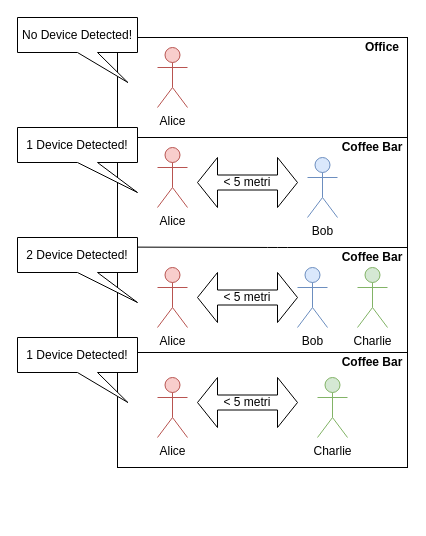
cipz/ArduTracker keeps this draw.io diagram as essay/schemas/case-study-workflow.drawio. Above is the earlier version. Source tidied: cells renumbered, new cells numbered last; positions are measured from the earlier drawing's top-left corner, leaving out a move shared by most shapes. Both pictures are drawn from the tidied source at 100%, with x=0, y=0 at pixel (17, 17).
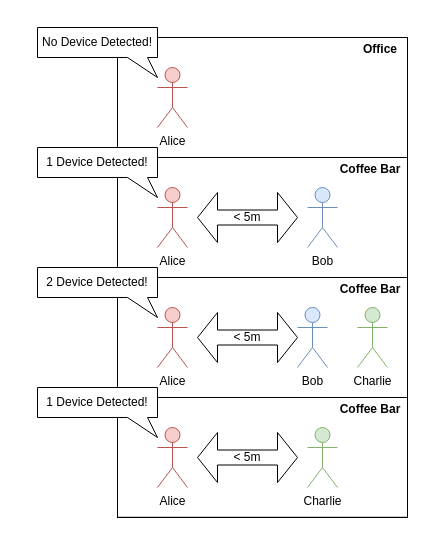
Above is the later version.

Commit message (it also covers changes not shown here):
case-study-schema edited

Change to the diagram source:
```diff
@@
     <mxCell id="2" style="rounded=0;whiteSpace=wrap;html=1;" parent="1" vertex="1">
-      <mxGeometry x="100" y="20" width="290" height="430" as="geometry" />
+      <mxGeometry x="100" y="20" width="290" height="480" as="geometry" />
     </mxCell>
-    <mxCell id="3" value="Alice" style="shape=umlActor;verticalLabelPosition=bottom;verticalAlign=top;html=1;fillColor=#f8cecc;strokeColor=#b85450;" parent="1" vertex="1">
-      <mxGeometry x="140" y="30" width="30" height="60" as="geometry" />
+    <mxCell id="3" value="Alice" style="shape=umlActor;verticalLabelPosition=bottom;verticalAlign=top;html=1;fillColor=#f8cecc;strokeColor=#b85450;strokeWidth=1;perimeterSpacing=0;" parent="1" vertex="1">
+      <mxGeometry x="140" y="50" width="30" height="60" as="geometry" />
     </mxCell>
-    <mxCell id="4" value="Bob" style="shape=umlActor;verticalLabelPosition=bottom;verticalAlign=top;html=1;fillColor=#dae8fc;strokeColor=#6c8ebf;" parent="1" vertex="1">
-      <mxGeometry x="290" y="140" width="30" height="60" as="geometry" />
+    <mxCell id="4" value="Bob" style="shape=umlActor;verticalLabelPosition=bottom;verticalAlign=top;html=1;fillColor=#dae8fc;strokeColor=#6c8ebf;strokeWidth=1;perimeterSpacing=0;" parent="1" vertex="1">
+      <mxGeometry x="290" y="170" width="30" height="60" as="geometry" />
     </mxCell>
-    <mxCell id="5" value="Alice" style="shape=umlActor;verticalLabelPosition=bottom;verticalAlign=top;html=1;fillColor=#f8cecc;strokeColor=#b85450;" parent="1" vertex="1">
-      <mxGeometry x="140" y="130" width="30" height="60" as="geometry" />
+    <mxCell id="5" value="Alice" style="shape=umlActor;verticalLabelPosition=bottom;verticalAlign=top;html=1;fillColor=#f8cecc;strokeColor=#b85450;strokeWidth=1;perimeterSpacing=0;" parent="1" vertex="1">
+      <mxGeometry x="140" y="170" width="30" height="60" as="geometry" />
     </mxCell>
-    <mxCell id="6" style="endArrow=none;html=1;entryX=1;entryY=0;entryDx=0;entryDy=0;" parent="1" edge="1" target="16">
+    <mxCell id="6" style="endArrow=none;html=1;entryX=1;entryY=0;entryDx=0;entryDy=0;exitX=0;exitY=0;exitDx=0;exitDy=0;" parent="1" edge="1">
       <mxGeometry relative="1" as="geometry">
-        <mxPoint x="90" y="120" as="sourcePoint" />
+        <mxPoint x="100" y="260" as="sourcePoint" />
+        <mxPoint x="390" y="260" as="targetPoint" />
       </mxGeometry>
     </mxCell>
-    <mxCell id="7" style="endArrow=none;html=1;entryX=1;entryY=0;entryDx=0;entryDy=0;" parent="1" edge="1" target="20">
-      <mxGeometry relative="1" as="geometry">
-        <mxPoint x="75" y="229.5" as="sourcePoint" />
-        <Array as="points">
-          <mxPoint x="260" y="230" />
-        </Array>
-      </mxGeometry>
-    </mxCell>
-    <mxCell id="8" value="Charlie" style="shape=umlActor;verticalLabelPosition=bottom;verticalAlign=top;html=1;fillColor=#d5e8d4;strokeColor=#82b366;" parent="1" vertex="1">
-      <mxGeometry x="300" y="360" width="30" height="60" as="geometry" />
+    <mxCell id="8" value="Charlie" style="shape=umlActor;verticalLabelPosition=bottom;verticalAlign=top;html=1;fillColor=#d5e8d4;strokeColor=#82b366;strokeWidth=1;perimeterSpacing=0;" parent="1" vertex="1">
+      <mxGeometry x="290" y="410" width="30" height="60" as="geometry" />
     </mxCell>
-    <mxCell id="9" value="&amp;lt; 5 metri" style="shape=doubleArrow;whiteSpace=wrap;html=1;" parent="1" vertex="1">
-      <mxGeometry x="180" y="140" width="100" height="50" as="geometry" />
+    <mxCell id="9" value="&amp;lt; 5m" style="shape=doubleArrow;whiteSpace=wrap;html=1;" parent="1" vertex="1">
+      <mxGeometry x="180" y="175" width="100" height="50" as="geometry" />
     </mxCell>
-    <mxCell id="10" style="endArrow=none;html=1;entryX=1;entryY=0;entryDx=0;entryDy=0;" parent="1" edge="1" target="21">
-      <mxGeometry relative="1" as="geometry">
-        <mxPoint x="100" y="335" as="sourcePoint" />
-      </mxGeometry>
-    </mxCell>
-    <mxCell id="11" value="Alice" style="shape=umlActor;verticalLabelPosition=bottom;verticalAlign=top;html=1;fillColor=#f8cecc;strokeColor=#b85450;" parent="1" vertex="1">
-      <mxGeometry x="140" y="250" width="30" height="60" as="geometry" />
+    <mxCell id="11" value="Alice" style="shape=umlActor;verticalLabelPosition=bottom;verticalAlign=top;html=1;fillColor=#f8cecc;strokeColor=#b85450;strokeWidth=1;perimeterSpacing=0;" parent="1" vertex="1">
+      <mxGeometry x="140" y="290" width="30" height="60" as="geometry" />
     </mxCell>
-    <mxCell id="12" value="Bob" style="shape=umlActor;verticalLabelPosition=bottom;verticalAlign=top;html=1;fillColor=#dae8fc;strokeColor=#6c8ebf;" parent="1" vertex="1">
-      <mxGeometry x="280" y="250" width="30" height="60" as="geometry" />
+    <mxCell id="12" value="Bob" style="shape=umlActor;verticalLabelPosition=bottom;verticalAlign=top;html=1;fillColor=#dae8fc;strokeColor=#6c8ebf;strokeWidth=1;perimeterSpacing=0;" parent="1" vertex="1">
+      <mxGeometry x="280" y="290" width="30" height="60" as="geometry" />
     </mxCell>
-    <mxCell id="13" value="Charlie" style="shape=umlActor;verticalLabelPosition=bottom;verticalAlign=top;html=1;fillColor=#d5e8d4;strokeColor=#82b366;" parent="1" vertex="1">
-      <mxGeometry x="340" y="250" width="30" height="60" as="geometry" />
+    <mxCell id="13" value="Charlie" style="shape=umlActor;verticalLabelPosition=bottom;verticalAlign=top;html=1;fillColor=#d5e8d4;strokeColor=#82b366;strokeWidth=1;perimeterSpacing=0;" parent="1" vertex="1">
+      <mxGeometry x="340" y="290" width="30" height="60" as="geometry" />
     </mxCell>
-    <mxCell id="14" value="1 Device Detected!" style="shape=callout;whiteSpace=wrap;html=1;perimeter=calloutPerimeter;position2=0.92;" parent="1" vertex="1">
-      <mxGeometry y="320" width="120" height="65" as="geometry" />
-    </mxCell>
     <mxCell id="15" value="Office" style="text;html=1;strokeColor=none;fillColor=none;align=center;verticalAlign=middle;whiteSpace=wrap;rounded=0;fontStyle=1;" parent="1" vertex="1">
-      <mxGeometry x="340" y="20" width="50" height="20" as="geometry" />
+      <mxGeometry x="338" y="22" width="50" height="20" as="geometry" />
     </mxCell>
     <mxCell id="16" value="Coffee Bar" style="text;html=1;strokeColor=none;fillColor=none;align=center;verticalAlign=middle;whiteSpace=wrap;rounded=0;fontStyle=1;" parent="1" vertex="1">
-      <mxGeometry x="320" y="120" width="70" height="20" as="geometry" />
+      <mxGeometry x="318" y="142" width="70" height="20" as="geometry" />
     </mxCell>
-    <mxCell id="17" value="Alice" style="shape=umlActor;verticalLabelPosition=bottom;verticalAlign=top;html=1;fillColor=#f8cecc;strokeColor=#b85450;" parent="1" vertex="1">
-      <mxGeometry x="140" y="360" width="30" height="60" as="geometry" />
+    <mxCell id="17" value="Alice" style="shape=umlActor;verticalLabelPosition=bottom;verticalAlign=top;html=1;fillColor=#f8cecc;strokeColor=#b85450;strokeWidth=1;perimeterSpacing=0;" parent="1" vertex="1">
+      <mxGeometry x="140" y="410" width="30" height="60" as="geometry" />
     </mxCell>
-    <mxCell id="18" value="&amp;lt; 5 metri" style="shape=doubleArrow;whiteSpace=wrap;html=1;" parent="1" vertex="1">
-      <mxGeometry x="180" y="360" width="100" height="50" as="geometry" />
+    <mxCell id="18" value="&amp;lt; 5m" style="shape=doubleArrow;whiteSpace=wrap;html=1;" parent="1" vertex="1">
+      <mxGeometry x="180" y="415" width="100" height="50" as="geometry" />
     </mxCell>
-    <mxCell id="19" value="&amp;lt; 5 metri" style="shape=doubleArrow;whiteSpace=wrap;html=1;" parent="1" vertex="1">
-      <mxGeometry x="180" y="255" width="100" height="50" as="geometry" />
+    <mxCell id="19" value="&lt;div&gt;&amp;lt; 5m&lt;/div&gt;" style="shape=doubleArrow;whiteSpace=wrap;html=1;" parent="1" vertex="1">
+      <mxGeometry x="180" y="295" width="100" height="50" as="geometry" />
     </mxCell>
     <mxCell id="20" value="Coffee Bar" style="text;html=1;strokeColor=none;fillColor=none;align=center;verticalAlign=middle;whiteSpace=wrap;rounded=0;fontStyle=1;" parent="1" vertex="1">
-      <mxGeometry x="320" y="230" width="70" height="20" as="geometry" />
+      <mxGeometry x="318" y="262" width="70" height="20" as="geometry" />
     </mxCell>
     <mxCell id="21" value="Coffee Bar" style="text;html=1;strokeColor=none;fillColor=none;align=center;verticalAlign=middle;whiteSpace=wrap;rounded=0;fontStyle=1;" parent="1" vertex="1">
-      <mxGeometry x="320" y="335" width="70" height="20" as="geometry" />
+      <mxGeometry x="318" y="382" width="70" height="20" as="geometry" />
     </mxCell>
+    <mxCell id="25" style="endArrow=none;html=1;entryX=1;entryY=0;entryDx=0;entryDy=0;" parent="1" edge="1">
+      <mxGeometry relative="1" as="geometry">
+        <mxPoint x="100" y="140" as="sourcePoint" />
+        <mxPoint x="390" y="140" as="targetPoint" />
+      </mxGeometry>
+    </mxCell>
+    <mxCell id="26" style="endArrow=none;html=1;entryX=1;entryY=0;entryDx=0;entryDy=0;exitX=0;exitY=0;exitDx=0;exitDy=0;" parent="1" edge="1">
+      <mxGeometry relative="1" as="geometry">
+        <mxPoint x="100" y="380" as="sourcePoint" />
+        <mxPoint x="390" y="380" as="targetPoint" />
+      </mxGeometry>
+    </mxCell>
+    <mxCell id="27" style="endArrow=none;html=1;entryX=1;entryY=0;entryDx=0;entryDy=0;exitX=0;exitY=0;exitDx=0;exitDy=0;" parent="1" edge="1">
+      <mxGeometry relative="1" as="geometry">
+        <mxPoint x="100" y="499.8" as="sourcePoint" />
+        <mxPoint x="390" y="499.8" as="targetPoint" />
+      </mxGeometry>
+    </mxCell>
-    <mxCell id="22" value="No Device Detected!" style="shape=callout;whiteSpace=wrap;html=1;perimeter=calloutPerimeter;position2=0.92;" parent="1" vertex="1">
-      <mxGeometry width="120" height="65" as="geometry" />
+    <mxCell id="22" value="No Device Detected!" style="shape=callout;whiteSpace=wrap;html=1;perimeter=calloutPerimeter;position2=1;base=20;size=20;position=0.75;" parent="1" vertex="1">
+      <mxGeometry x="20" y="10" width="120" height="50" as="geometry" />
     </mxCell>
-    <mxCell id="23" value="1 Device Detected!" style="shape=callout;whiteSpace=wrap;html=1;perimeter=calloutPerimeter;position2=1;" parent="1" vertex="1">
-      <mxGeometry y="110" width="120" height="65" as="geometry" />
-    </mxCell>
+    <mxCell id="28" value="1 Device Detected!" style="shape=callout;whiteSpace=wrap;html=1;perimeter=calloutPerimeter;position2=1;base=20;size=20;position=0.75;" parent="1" vertex="1">
+      <mxGeometry x="20" y="130" width="120" height="50" as="geometry" />
+    </mxCell>
+    <mxCell id="29" value="1 Device Detected!" style="shape=callout;whiteSpace=wrap;html=1;perimeter=calloutPerimeter;position2=1;base=20;size=20;position=0.75;" parent="1" vertex="1">
+      <mxGeometry x="20" y="370" width="120" height="50" as="geometry" />
+    </mxCell>
-    <mxCell id="24" value="2 Device Detected!" style="shape=callout;whiteSpace=wrap;html=1;perimeter=calloutPerimeter;position2=1;" parent="1" vertex="1">
-      <mxGeometry y="220" width="120" height="65" as="geometry" />
+    <mxCell id="24" value="2 Device Detected!" style="shape=callout;whiteSpace=wrap;html=1;perimeter=calloutPerimeter;position2=1;base=20;size=20;position=0.75;" parent="1" vertex="1">
+      <mxGeometry x="20" y="250" width="120" height="50" as="geometry" />
     </mxCell>
```
